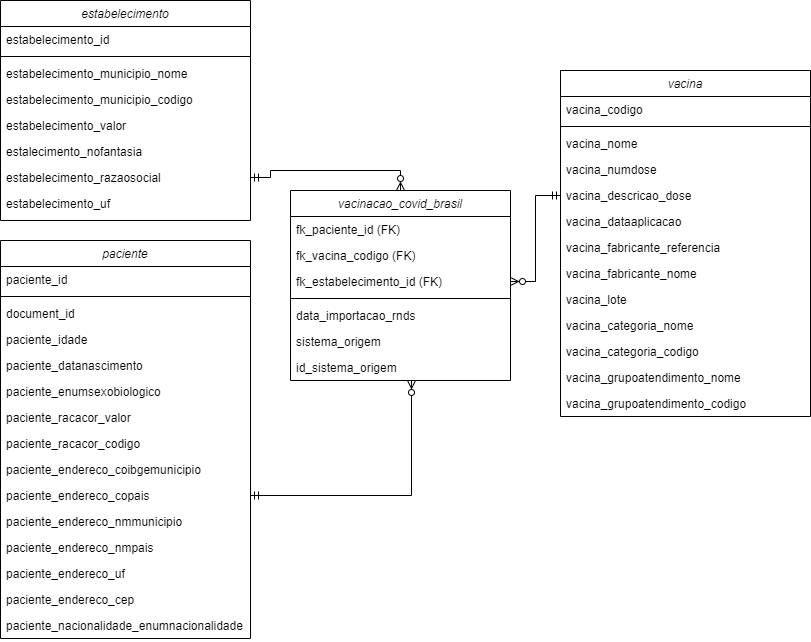
This is modelo_dimensional.png from troclaux/dw-trabalho-final-grupo, a draw.io export, as it was before one commit. Source tidied: cells renumbered, new cells last; positions are measured from the earlier drawing's top-left corner, leaving out a move shared by most shapes.
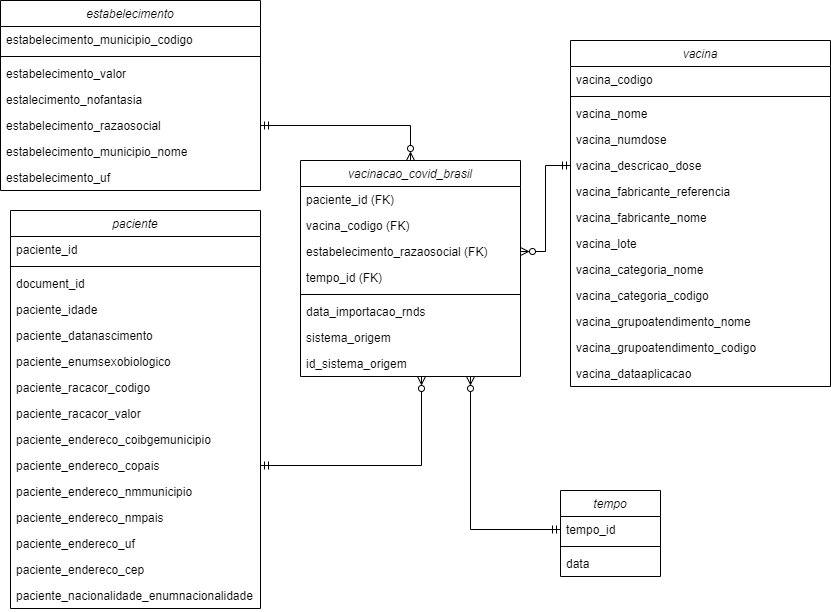
The same file after the commit.

Commit message:
chore: atualiza modelo dimensional com datas

Change to the diagram source:
```diff
@@ -1,16 +1,16 @@
 <mxGraphModel>
   <root>
-    <mxCell id="0" />
-    <mxCell id="1" parent="0" />
+    <mxCell id="52" />
+    <mxCell id="53" parent="52" />
-    <mxCell id="2" value="paciente" style="swimlane;fontStyle=2;align=center;verticalAlign=top;horizontal=1;startSize=26;rounded=0;shadow=0;strokeWidth=1;" parent="1" vertex="1">
+    <mxCell id="2" value="paciente" style="swimlane;fontStyle=2;align=center;verticalAlign=top;horizontal=1;startSize=26;rounded=0;shadow=0;strokeWidth=1;" parent="53" vertex="1">
       <mxGeometry y="240" width="250" height="398" as="geometry" />
     </mxCell>
     <mxCell id="3" value="paciente_id" style="text;align=left;verticalAlign=top;spacingLeft=4;spacingRight=4;overflow=hidden;" parent="2" vertex="1">
       <mxGeometry y="26" width="250" height="26" as="geometry" />
     </mxCell>
-    <mxCell id="4" style="line;html=1;strokeWidth=1;align=left;verticalAlign=middle;spacingTop=-1;spacingLeft=3;spacingRight=3;labelPosition=right;" parent="2" vertex="1">
-      <mxGeometry y="52" width="250" height="8" as="geometry" />
-    </mxCell>
+    <mxCell id="54" style="line;html=1;strokeWidth=1;align=left;verticalAlign=middle;spacingTop=-1;spacingLeft=3;spacingRight=3;labelPosition=right;" parent="2" vertex="1">
+      <mxGeometry y="52" width="250" height="8" as="geometry" />
+    </mxCell>
     <mxCell id="5" value="document_id" style="text;align=left;verticalAlign=top;spacingLeft=4;spacingRight=4;overflow=hidden;" parent="2" vertex="1">
       <mxGeometry y="60" width="250" height="26" as="geometry" />
     </mxCell>
@@ -23,12 +23,12 @@
     <mxCell id="8" value="paciente_enumsexobiologico" style="text;align=left;verticalAlign=top;spacingLeft=4;spacingRight=4;overflow=hidden;" parent="2" vertex="1">
       <mxGeometry y="138" width="250" height="26" as="geometry" />
     </mxCell>
+    <mxCell id="10" value="paciente_racacor_codigo" style="text;align=left;verticalAlign=top;spacingLeft=4;spacingRight=4;overflow=hidden;" parent="2" vertex="1">
+      <mxGeometry y="164" width="250" height="26" as="geometry" />
+    </mxCell>
     <mxCell id="9" value="paciente_racacor_valor" style="text;align=left;verticalAlign=top;spacingLeft=4;spacingRight=4;overflow=hidden;" parent="2" vertex="1">
-      <mxGeometry y="164" width="250" height="26" as="geometry" />
+      <mxGeometry y="190" width="250" height="26" as="geometry" />
     </mxCell>
-    <mxCell id="10" value="paciente_racacor_codigo" style="text;align=left;verticalAlign=top;spacingLeft=4;spacingRight=4;overflow=hidden;" parent="2" vertex="1">
-      <mxGeometry y="190" width="250" height="26" as="geometry" />
-    </mxCell>
     <mxCell id="11" value="paciente_endereco_coibgemunicipio" style="text;align=left;verticalAlign=top;spacingLeft=4;spacingRight=4;overflow=hidden;" parent="2" vertex="1">
       <mxGeometry y="216" width="250" height="26" as="geometry" />
     </mxCell>
@@ -50,107 +50,127 @@
     <mxCell id="17" value="paciente_nacionalidade_enumnacionalidade" style="text;align=left;verticalAlign=top;spacingLeft=4;spacingRight=4;overflow=hidden;" parent="2" vertex="1">
       <mxGeometry y="372" width="250" height="26" as="geometry" />
     </mxCell>
-    <mxCell id="18" value="vacinacao_covid_brasil" style="swimlane;fontStyle=2;align=center;verticalAlign=top;horizontal=1;startSize=26;rounded=0;shadow=0;strokeWidth=1;" parent="1" vertex="1">
-      <mxGeometry x="290" y="190" width="220" height="190" as="geometry" />
+    <mxCell id="18" value="vacinacao_covid_brasil" style="swimlane;fontStyle=2;align=center;verticalAlign=top;horizontal=1;startSize=26;rounded=0;shadow=0;strokeWidth=1;" parent="53" vertex="1">
+      <mxGeometry x="290" y="190" width="220" height="216" as="geometry" />
     </mxCell>
-    <mxCell id="19" value="fk_paciente_id (FK)" style="text;align=left;verticalAlign=top;spacingLeft=4;spacingRight=4;overflow=hidden;" parent="18" vertex="1">
-      <mxGeometry y="26" width="220" height="26" as="geometry" />
-    </mxCell>
-    <mxCell id="20" value="fk_vacina_codigo (FK)" style="text;align=left;verticalAlign=top;spacingLeft=4;spacingRight=4;overflow=hidden;rounded=0;shadow=0;html=0;" parent="18" vertex="1">
-      <mxGeometry y="52" width="220" height="26" as="geometry" />
-    </mxCell>
-    <mxCell id="21" value="fk_estabelecimento_id (FK)" style="text;align=left;verticalAlign=top;spacingLeft=4;spacingRight=4;overflow=hidden;points=[[0,0.5],[1,0.5]];portConstraint=eastwest;rounded=0;shadow=0;html=0;" parent="18" vertex="1">
-      <mxGeometry y="78" width="220" height="26" as="geometry" />
-    </mxCell>
-    <mxCell id="22" style="line;html=1;strokeWidth=1;align=left;verticalAlign=middle;spacingTop=-1;spacingLeft=3;spacingRight=3;labelPosition=right;" parent="18" vertex="1">
-      <mxGeometry y="104" width="220" height="8" as="geometry" />
-    </mxCell>
+    <mxCell id="55" value="paciente_id (FK)" style="text;align=left;verticalAlign=top;spacingLeft=4;spacingRight=4;overflow=hidden;" parent="18" vertex="1">
+      <mxGeometry y="26" width="220" height="26" as="geometry" />
+    </mxCell>
+    <mxCell id="56" value="vacina_codigo (FK)" style="text;align=left;verticalAlign=top;spacingLeft=4;spacingRight=4;overflow=hidden;rounded=0;shadow=0;html=0;" parent="18" vertex="1">
+      <mxGeometry y="52" width="220" height="26" as="geometry" />
+    </mxCell>
+    <mxCell id="57" value="estabelecimento_razaosocial (FK)" style="text;align=left;verticalAlign=top;spacingLeft=4;spacingRight=4;overflow=hidden;points=[[0,0.5],[1,0.5]];portConstraint=eastwest;rounded=0;shadow=0;html=0;" parent="18" vertex="1">
+      <mxGeometry y="78" width="220" height="26" as="geometry" />
+    </mxCell>
+    <mxCell id="58" value="tempo_id (FK)" style="text;align=left;verticalAlign=top;spacingLeft=4;spacingRight=4;overflow=hidden;rounded=0;shadow=0;html=0;" parent="18" vertex="1">
+      <mxGeometry y="104" width="220" height="26" as="geometry" />
+    </mxCell>
+    <mxCell id="59" style="line;html=1;strokeWidth=1;align=left;verticalAlign=middle;spacingTop=-1;spacingLeft=3;spacingRight=3;labelPosition=right;" parent="18" vertex="1">
+      <mxGeometry y="130" width="220" height="8" as="geometry" />
+    </mxCell>
     <mxCell id="23" value="data_importacao_rnds" style="text;align=left;verticalAlign=top;spacingLeft=4;spacingRight=4;overflow=hidden;" parent="18" vertex="1">
-      <mxGeometry y="112" width="220" height="26" as="geometry" />
+      <mxGeometry y="138" width="220" height="26" as="geometry" />
     </mxCell>
     <mxCell id="24" value="sistema_origem" style="text;align=left;verticalAlign=top;spacingLeft=4;spacingRight=4;overflow=hidden;" parent="18" vertex="1">
-      <mxGeometry y="138" width="220" height="26" as="geometry" />
+      <mxGeometry y="164" width="220" height="26" as="geometry" />
     </mxCell>
     <mxCell id="25" value="id_sistema_origem" style="text;align=left;verticalAlign=top;spacingLeft=4;spacingRight=4;overflow=hidden;points=[[0,0.5],[1,0.5]];portConstraint=eastwest;" parent="18" vertex="1">
-      <mxGeometry y="164" width="220" height="26" as="geometry" />
+      <mxGeometry y="190" width="220" height="26" as="geometry" />
     </mxCell>
-    <mxCell id="26" value="estabelecimento" style="swimlane;fontStyle=2;align=center;verticalAlign=top;horizontal=1;startSize=26;rounded=0;shadow=0;strokeWidth=1;" parent="1" vertex="1">
-      <mxGeometry width="250" height="220" as="geometry" />
+    <mxCell id="26" value="estabelecimento" style="swimlane;fontStyle=2;align=center;verticalAlign=top;horizontal=1;startSize=26;rounded=0;shadow=0;strokeWidth=1;" parent="53" vertex="1">
+      <mxGeometry x="-10" y="30" width="260" height="190" as="geometry" />
     </mxCell>
-    <mxCell id="27" value="estabelecimento_id" style="text;align=left;verticalAlign=top;spacingLeft=4;spacingRight=4;overflow=hidden;" parent="26" vertex="1">
-      <mxGeometry y="26" width="250" height="26" as="geometry" />
-    </mxCell>
-    <mxCell id="28" style="line;html=1;strokeWidth=1;align=left;verticalAlign=middle;spacingTop=-1;spacingLeft=3;spacingRight=3;labelPosition=right;" parent="26" vertex="1">
-      <mxGeometry y="52" width="250" height="8" as="geometry" />
-    </mxCell>
-    <mxCell id="29" value="estabelecimento_municipio_nome" style="text;align=left;verticalAlign=top;spacingLeft=4;spacingRight=4;overflow=hidden;" parent="26" vertex="1">
-      <mxGeometry y="60" width="250" height="26" as="geometry" />
-    </mxCell>
     <mxCell id="30" value="estabelecimento_municipio_codigo" style="text;align=left;verticalAlign=top;spacingLeft=4;spacingRight=4;overflow=hidden;" parent="26" vertex="1">
-      <mxGeometry y="86" width="250" height="26" as="geometry" />
+      <mxGeometry y="26" width="260" height="26" as="geometry" />
     </mxCell>
+    <mxCell id="60" style="line;html=1;strokeWidth=1;align=left;verticalAlign=middle;spacingTop=-1;spacingLeft=3;spacingRight=3;labelPosition=right;" parent="26" vertex="1">
+      <mxGeometry y="52" width="260" height="8" as="geometry" />
+    </mxCell>
     <mxCell id="31" value="estabelecimento_valor" style="text;align=left;verticalAlign=top;spacingLeft=4;spacingRight=4;overflow=hidden;" parent="26" vertex="1">
-      <mxGeometry y="112" width="250" height="26" as="geometry" />
+      <mxGeometry y="60" width="260" height="26" as="geometry" />
     </mxCell>
     <mxCell id="32" value="estalecimento_nofantasia" style="text;align=left;verticalAlign=top;spacingLeft=4;spacingRight=4;overflow=hidden;" parent="26" vertex="1">
-      <mxGeometry y="138" width="250" height="26" as="geometry" />
+      <mxGeometry y="86" width="260" height="26" as="geometry" />
     </mxCell>
     <mxCell id="33" value="estabelecimento_razaosocial" style="text;align=left;verticalAlign=top;spacingLeft=4;spacingRight=4;overflow=hidden;points=[[0,0.5],[1,0.5]];portConstraint=eastwest;" parent="26" vertex="1">
-      <mxGeometry y="164" width="250" height="26" as="geometry" />
+      <mxGeometry y="112" width="260" height="26" as="geometry" />
     </mxCell>
+    <mxCell id="29" value="estabelecimento_municipio_nome" style="text;align=left;verticalAlign=top;spacingLeft=4;spacingRight=4;overflow=hidden;" parent="26" vertex="1">
+      <mxGeometry y="138" width="260" height="26" as="geometry" />
+    </mxCell>
     <mxCell id="34" value="estabelecimento_uf" style="text;align=left;verticalAlign=top;spacingLeft=4;spacingRight=4;overflow=hidden;" parent="26" vertex="1">
-      <mxGeometry y="190" width="250" height="26" as="geometry" />
+      <mxGeometry y="164" width="260" height="26" as="geometry" />
     </mxCell>
-    <mxCell id="35" value="vacina" style="swimlane;fontStyle=2;align=center;verticalAlign=top;horizontal=1;startSize=26;rounded=0;shadow=0;strokeWidth=1;" parent="1" vertex="1">
-      <mxGeometry x="560" y="70" width="250" height="346" as="geometry" />
+    <mxCell id="35" value="vacina" style="swimlane;fontStyle=2;align=center;verticalAlign=top;horizontal=1;startSize=26;rounded=0;shadow=0;strokeWidth=1;" parent="53" vertex="1">
+      <mxGeometry x="560" y="70" width="260" height="346" as="geometry" />
     </mxCell>
     <mxCell id="36" value="vacina_codigo" style="text;align=left;verticalAlign=top;spacingLeft=4;spacingRight=4;overflow=hidden;" parent="35" vertex="1">
-      <mxGeometry y="26" width="250" height="26" as="geometry" />
+      <mxGeometry y="26" width="260" height="26" as="geometry" />
     </mxCell>
-    <mxCell id="37" style="line;html=1;strokeWidth=1;align=left;verticalAlign=middle;spacingTop=-1;spacingLeft=3;spacingRight=3;labelPosition=right;" parent="35" vertex="1">
-      <mxGeometry y="52" width="250" height="8" as="geometry" />
-    </mxCell>
+    <mxCell id="61" style="line;html=1;strokeWidth=1;align=left;verticalAlign=middle;spacingTop=-1;spacingLeft=3;spacingRight=3;labelPosition=right;" parent="35" vertex="1">
+      <mxGeometry y="52" width="260" height="8" as="geometry" />
+    </mxCell>
     <mxCell id="38" value="vacina_nome" style="text;align=left;verticalAlign=top;spacingLeft=4;spacingRight=4;overflow=hidden;" parent="35" vertex="1">
-      <mxGeometry y="60" width="250" height="26" as="geometry" />
+      <mxGeometry y="60" width="260" height="26" as="geometry" />
     </mxCell>
     <mxCell id="39" value="vacina_numdose" style="text;align=left;verticalAlign=top;spacingLeft=4;spacingRight=4;overflow=hidden;" parent="35" vertex="1">
-      <mxGeometry y="86" width="250" height="26" as="geometry" />
+      <mxGeometry y="86" width="260" height="26" as="geometry" />
     </mxCell>
     <mxCell id="40" value="vacina_descricao_dose" style="text;align=left;verticalAlign=top;spacingLeft=4;spacingRight=4;overflow=hidden;points=[[0,0.5],[1,0.5]];portConstraint=eastwest;" parent="35" vertex="1">
-      <mxGeometry y="112" width="250" height="26" as="geometry" />
+      <mxGeometry y="112" width="260" height="26" as="geometry" />
     </mxCell>
-    <mxCell id="41" value="vacina_dataaplicacao" style="text;align=left;verticalAlign=top;spacingLeft=4;spacingRight=4;overflow=hidden;" parent="35" vertex="1">
-      <mxGeometry y="138" width="250" height="26" as="geometry" />
-    </mxCell>
     <mxCell id="42" value="vacina_fabricante_referencia" style="text;align=left;verticalAlign=top;spacingLeft=4;spacingRight=4;overflow=hidden;" parent="35" vertex="1">
-      <mxGeometry y="164" width="250" height="26" as="geometry" />
+      <mxGeometry y="138" width="260" height="26" as="geometry" />
     </mxCell>
     <mxCell id="43" value="vacina_fabricante_nome" style="text;align=left;verticalAlign=top;spacingLeft=4;spacingRight=4;overflow=hidden;" parent="35" vertex="1">
-      <mxGeometry y="190" width="250" height="26" as="geometry" />
+      <mxGeometry y="164" width="260" height="26" as="geometry" />
     </mxCell>
     <mxCell id="44" value="vacina_lote" style="text;align=left;verticalAlign=top;spacingLeft=4;spacingRight=4;overflow=hidden;" parent="35" vertex="1">
-      <mxGeometry y="216" width="250" height="26" as="geometry" />
+      <mxGeometry y="190" width="260" height="26" as="geometry" />
     </mxCell>
     <mxCell id="45" value="vacina_categoria_nome" style="text;align=left;verticalAlign=top;spacingLeft=4;spacingRight=4;overflow=hidden;" parent="35" vertex="1">
-      <mxGeometry y="242" width="250" height="26" as="geometry" />
+      <mxGeometry y="216" width="260" height="26" as="geometry" />
     </mxCell>
     <mxCell id="46" value="vacina_categoria_codigo" style="text;align=left;verticalAlign=top;spacingLeft=4;spacingRight=4;overflow=hidden;" parent="35" vertex="1">
-      <mxGeometry y="268" width="250" height="26" as="geometry" />
+      <mxGeometry y="242" width="260" height="26" as="geometry" />
     </mxCell>
     <mxCell id="47" value="vacina_grupoatendimento_nome" style="text;align=left;verticalAlign=top;spacingLeft=4;spacingRight=4;overflow=hidden;" parent="35" vertex="1">
-      <mxGeometry y="294" width="250" height="26" as="geometry" />
+      <mxGeometry y="268" width="260" height="26" as="geometry" />
     </mxCell>
     <mxCell id="48" value="vacina_grupoatendimento_codigo" style="text;align=left;verticalAlign=top;spacingLeft=4;spacingRight=4;overflow=hidden;" parent="35" vertex="1">
-      <mxGeometry y="320" width="250" height="26" as="geometry" />
+      <mxGeometry y="294" width="260" height="26" as="geometry" />
     </mxCell>
+    <mxCell id="41" value="vacina_dataaplicacao" style="text;align=left;verticalAlign=top;spacingLeft=4;spacingRight=4;overflow=hidden;" parent="35" vertex="1">
+      <mxGeometry y="320" width="260" height="26" as="geometry" />
+    </mxCell>
-    <mxCell id="49" style="edgeStyle=orthogonalEdgeStyle;rounded=0;jettySize=auto;html=1;exitX=1;exitY=0.5;exitDx=0;exitDy=0;entryX=0.5;entryY=0;entryDx=0;entryDy=0;startArrow=ERmandOne;startFill=0;endArrow=ERzeroToMany;endFill=0;" parent="1" edge="1" source="33" target="18">
+    <mxCell id="49" style="edgeStyle=orthogonalEdgeStyle;rounded=0;jettySize=auto;html=1;exitX=1;exitY=0.5;exitDx=0;exitDy=0;entryX=0.5;entryY=0;entryDx=0;entryDy=0;startArrow=ERmandOne;startFill=0;endArrow=ERzeroToMany;endFill=0;" parent="53" edge="1" source="33" target="18">
       <mxGeometry relative="1" as="geometry" />
     </mxCell>
-    <mxCell id="50" style="edgeStyle=orthogonalEdgeStyle;rounded=0;jettySize=auto;html=1;exitX=1;exitY=0.5;exitDx=0;exitDy=0;entryX=0.55;entryY=1;entryDx=0;entryDy=0;entryPerimeter=0;startArrow=ERmandOne;startFill=0;endArrow=ERzeroToMany;endFill=0;" parent="1" edge="1" source="12" target="25">
+    <mxCell id="50" style="edgeStyle=orthogonalEdgeStyle;rounded=0;jettySize=auto;html=1;exitX=1;exitY=0.5;exitDx=0;exitDy=0;entryX=0.55;entryY=1;entryDx=0;entryDy=0;entryPerimeter=0;startArrow=ERmandOne;startFill=0;endArrow=ERzeroToMany;endFill=0;" parent="53" edge="1" source="12" target="25">
       <mxGeometry relative="1" as="geometry" />
     </mxCell>
-    <mxCell id="51" style="edgeStyle=orthogonalEdgeStyle;rounded=0;jettySize=auto;html=1;exitX=0;exitY=0.5;exitDx=0;exitDy=0;entryX=1;entryY=0.5;entryDx=0;entryDy=0;startArrow=ERmandOne;startFill=0;endArrow=ERzeroToMany;endFill=0;" parent="1" edge="1" source="40" target="21">
-      <mxGeometry relative="1" as="geometry" />
-    </mxCell>
+    <mxCell id="62" style="edgeStyle=orthogonalEdgeStyle;rounded=0;jettySize=auto;html=1;exitX=0;exitY=0.5;exitDx=0;exitDy=0;entryX=1;entryY=0.5;entryDx=0;entryDy=0;startArrow=ERmandOne;startFill=0;endArrow=ERzeroToMany;endFill=0;" parent="53" edge="1" source="40" target="57">
+      <mxGeometry relative="1" as="geometry" />
+    </mxCell>
+    <mxCell id="63" value="tempo" style="swimlane;fontStyle=2;align=center;verticalAlign=top;horizontal=1;startSize=26;rounded=0;shadow=0;strokeWidth=1;" parent="53" vertex="1">
+      <mxGeometry x="550" y="520" width="100" height="86" as="geometry" />
+    </mxCell>
+    <mxCell id="64" value="tempo_id" style="text;align=left;verticalAlign=top;spacingLeft=4;spacingRight=4;overflow=hidden;" parent="63" vertex="1">
+      <mxGeometry y="26" width="100" height="26" as="geometry" />
+    </mxCell>
+    <mxCell id="65" style="line;html=1;strokeWidth=1;align=left;verticalAlign=middle;spacingTop=-1;spacingLeft=3;spacingRight=3;labelPosition=right;" parent="63" vertex="1">
+      <mxGeometry y="52" width="100" height="8" as="geometry" />
+    </mxCell>
+    <mxCell id="66" value="data" style="text;align=left;verticalAlign=top;spacingLeft=4;spacingRight=4;overflow=hidden;" parent="63" vertex="1">
+      <mxGeometry y="60" width="100" height="26" as="geometry" />
+    </mxCell>
+    <mxCell id="67" style="edgeStyle=orthogonalEdgeStyle;rounded=0;jettySize=auto;html=1;startArrow=ERmandOne;startFill=0;endArrow=ERzeroToMany;endFill=0;exitX=0;exitY=0.5;exitDx=0;exitDy=0;" parent="53" edge="1" target="25">
+      <mxGeometry relative="1" as="geometry">
+        <mxPoint x="550" y="559" as="sourcePoint" />
+        <Array as="points">
+          <mxPoint x="460" y="559" />
+        </Array>
+      </mxGeometry>
+    </mxCell>
   </root>
 </mxGraphModel>
```
